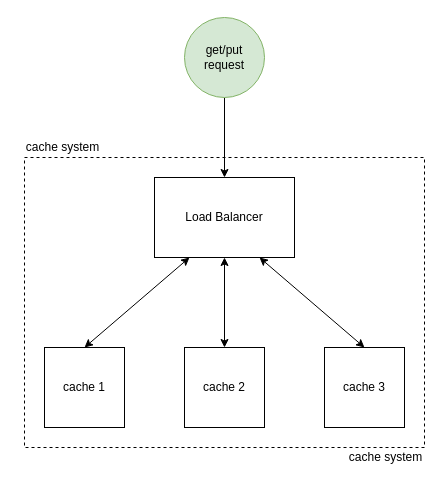
The draw.io diagram page "components" (2 of 2) of cache.drawio in swaaminathanm/distributed-cache, before the edit. Source tidied: cells renumbered, new cells numbered last; positions are measured from the earlier drawing's top-left corner, leaving out a move shared by most shapes. Both pictures are drawn from the tidied source at 100%, with x=0, y=0 at pixel (17, 17).
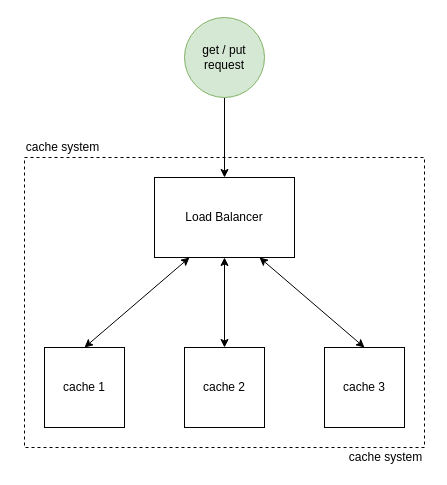
Above is the later version.

Diff of the diagram source:
```diff
@@
 <mxGraphModel>
   <root>
     <mxCell id="0" />
     <mxCell id="1" parent="0" />
     <mxCell id="2" style="rounded=0;whiteSpace=wrap;html=1;dashed=1;fillColor=none;" parent="1" vertex="1">
       <mxGeometry x="7" y="140" width="400" height="290" as="geometry" />
     </mxCell>
     <mxCell id="3" value="Load Balancer" style="rounded=0;whiteSpace=wrap;html=1;" parent="1" vertex="1">
       <mxGeometry x="137" y="160" width="140" height="80" as="geometry" />
     </mxCell>
     <mxCell id="4" value="cache 1" style="whiteSpace=wrap;html=1;fillColor=#ffffff;" parent="1" vertex="1">
       <mxGeometry x="27" y="330" width="80" height="80" as="geometry" />
     </mxCell>
     <mxCell id="5" value="cache 2" style="whiteSpace=wrap;html=1;fillColor=#ffffff;" parent="1" vertex="1">
       <mxGeometry x="167" y="330" width="80" height="80" as="geometry" />
     </mxCell>
     <mxCell id="6" value="cache 3" style="whiteSpace=wrap;html=1;fillColor=#ffffff;" parent="1" vertex="1">
       <mxGeometry x="307" y="330" width="80" height="80" as="geometry" />
     </mxCell>
     <mxCell id="7" style="endArrow=classic;startArrow=classic;html=1;exitX=0.5;exitY=0;exitDx=0;exitDy=0;entryX=0.25;entryY=1;entryDx=0;entryDy=0;" parent="1" edge="1" source="4" target="3">
       <mxGeometry relative="1" as="geometry" />
     </mxCell>
     <mxCell id="8" style="endArrow=classic;startArrow=classic;html=1;exitX=0.5;exitY=0;exitDx=0;exitDy=0;entryX=0.5;entryY=1;entryDx=0;entryDy=0;" parent="1" edge="1" source="5" target="3">
       <mxGeometry relative="1" as="geometry" />
     </mxCell>
     <mxCell id="9" style="endArrow=classic;startArrow=classic;html=1;exitX=0.75;exitY=1;exitDx=0;exitDy=0;entryX=0.5;entryY=0;entryDx=0;entryDy=0;" parent="1" edge="1" source="3" target="6">
       <mxGeometry relative="1" as="geometry" />
     </mxCell>
     <mxCell id="10" style="edgeStyle=orthogonalEdgeStyle;rounded=0;jettySize=auto;html=1;" parent="1" edge="1" source="11" target="3">
       <mxGeometry relative="1" as="geometry" />
     </mxCell>
-    <mxCell id="11" value="get/put&lt;br&gt;request" style="ellipse;whiteSpace=wrap;html=1;fillColor=#d5e8d4;strokeColor=#82b366;" parent="1" vertex="1">
+    <mxCell id="11" value="get / put&lt;br&gt;request" style="ellipse;whiteSpace=wrap;html=1;fillColor=#d5e8d4;strokeColor=#82b366;" parent="1" vertex="1">
       <mxGeometry x="167" width="80" height="80" as="geometry" />
     </mxCell>
     <mxCell id="12" value="cache system" style="text;html=1;align=center;verticalAlign=middle;" parent="1" vertex="1">
       <mxGeometry y="120" width="90" height="20" as="geometry" />
     </mxCell>
     <mxCell id="13" value="cache system" style="text;html=1;align=center;verticalAlign=middle;" parent="1" vertex="1">
       <mxGeometry x="323" y="430" width="90" height="20" as="geometry" />
     </mxCell>
   </root>
 </mxGraphModel>
```
